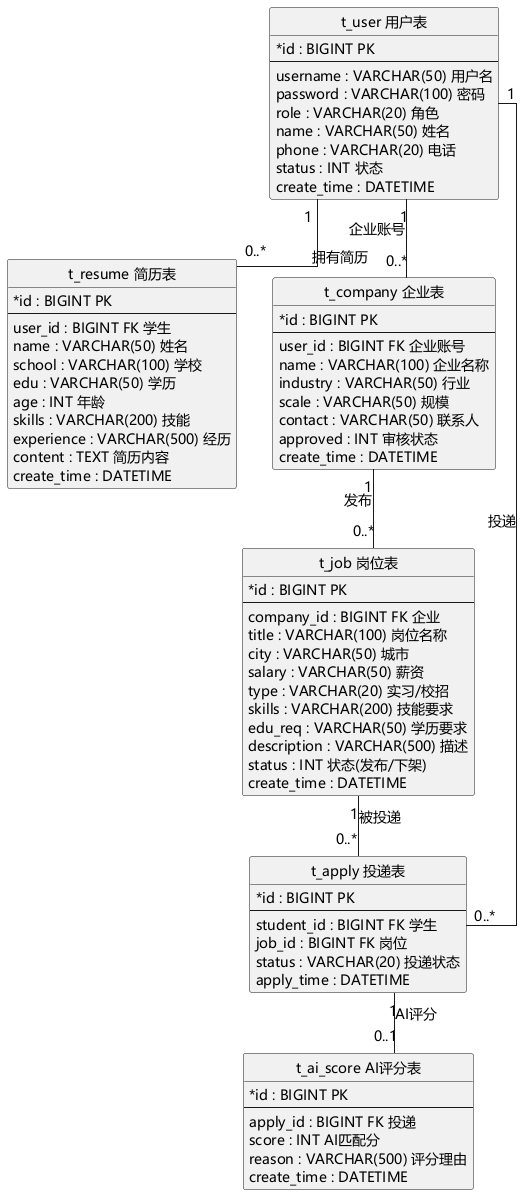
The PlantUML diagram uml/png/系统/数据库ER图.png in sheep7-bot/recruit-internship-system, before a commit.
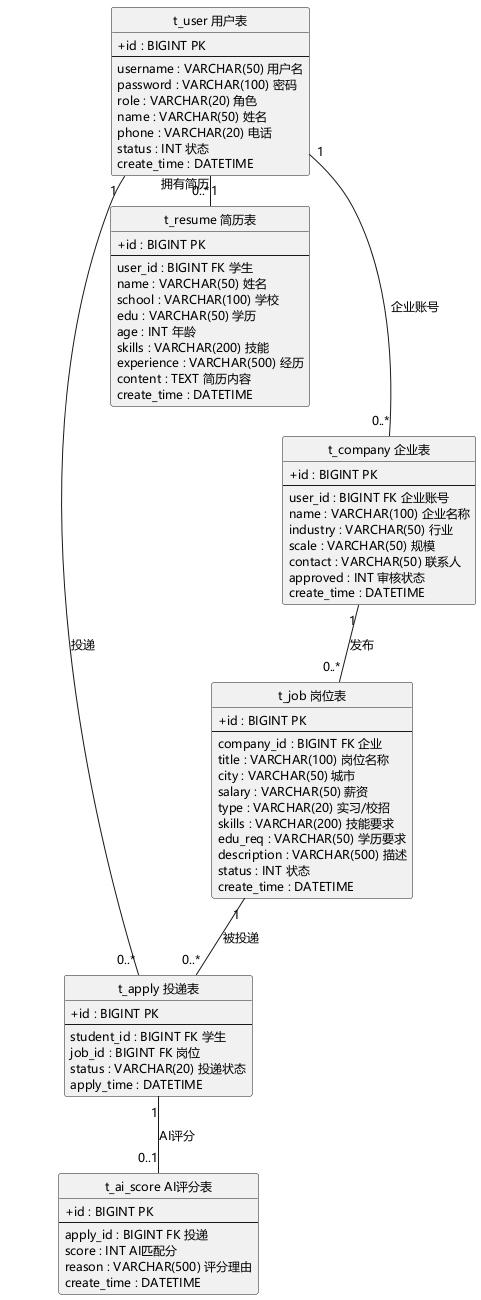
The same diagram one commit later.

Diff of the diagram source:
```diff
@@ -1,12 +1,11 @@
 @startuml 数据库ER图
 skinparam defaultFontName "Microsoft YaHei"
+hide circle
 skinparam classAttributeIconSize 0
-hide circle
-skinparam linetype ortho
-skinparam defaultFontSize 14
+skinparam defaultFontSize 12
 
 class "t_user 用户表" as user {
-  * id : BIGINT PK
+  + id : BIGINT PK
   --
   username : VARCHAR(50) 用户名
   password : VARCHAR(100) 密码
@@ -18,7 +17,7 @@
 }
 
 class "t_company 企业表" as company {
-  * id : BIGINT PK
+  + id : BIGINT PK
   --
   user_id : BIGINT FK 企业账号
   name : VARCHAR(100) 企业名称
@@ -30,7 +29,7 @@
 }
 
 class "t_resume 简历表" as resume {
-  * id : BIGINT PK
+  + id : BIGINT PK
   --
   user_id : BIGINT FK 学生
   name : VARCHAR(50) 姓名
@@ -44,7 +43,7 @@
 }
 
 class "t_job 岗位表" as job {
-  * id : BIGINT PK
+  + id : BIGINT PK
   --
   company_id : BIGINT FK 企业
   title : VARCHAR(100) 岗位名称
@@ -54,12 +53,12 @@
   skills : VARCHAR(200) 技能要求
   edu_req : VARCHAR(50) 学历要求
   description : VARCHAR(500) 描述
-  status : INT 状态(发布/下架)
+  status : INT 状态
   create_time : DATETIME
 }
 
 class "t_apply 投递表" as apply {
-  * id : BIGINT PK
+  + id : BIGINT PK
   --
   student_id : BIGINT FK 学生
   job_id : BIGINT FK 岗位
@@ -68,7 +67,7 @@
 }
 
 class "t_ai_score AI评分表" as aiscore {
-  * id : BIGINT PK
+  + id : BIGINT PK
   --
   apply_id : BIGINT FK 投递
   score : INT AI匹配分
```
